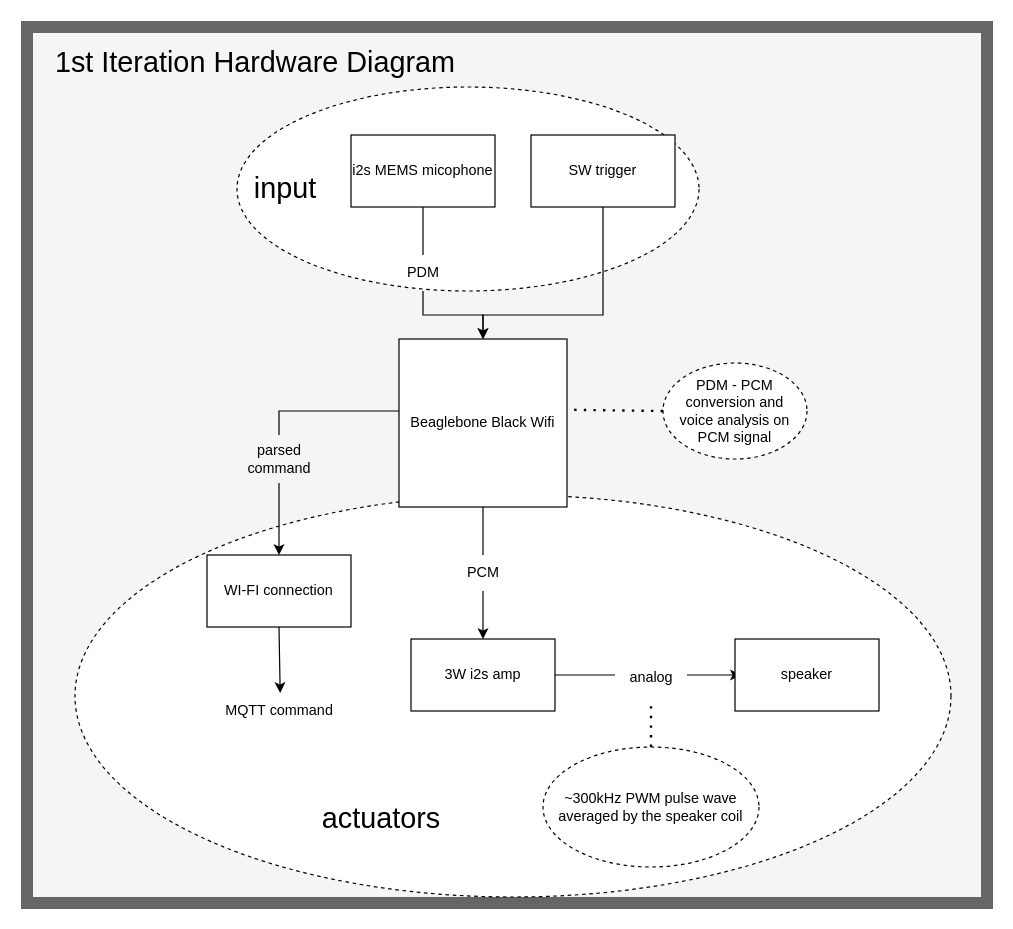
IoT-project-groups-1-2/g2-voice-controller keeps this draw.io diagram as hardware_diagram.drawio. Above is the earlier version. Source tidied: cells renumbered, new cells numbered last; positions are measured from the earlier drawing's top-left corner, leaving out a move shared by most shapes. Both pictures are drawn from the tidied source at 120%, with x=0, y=0 at pixel (26, 26).
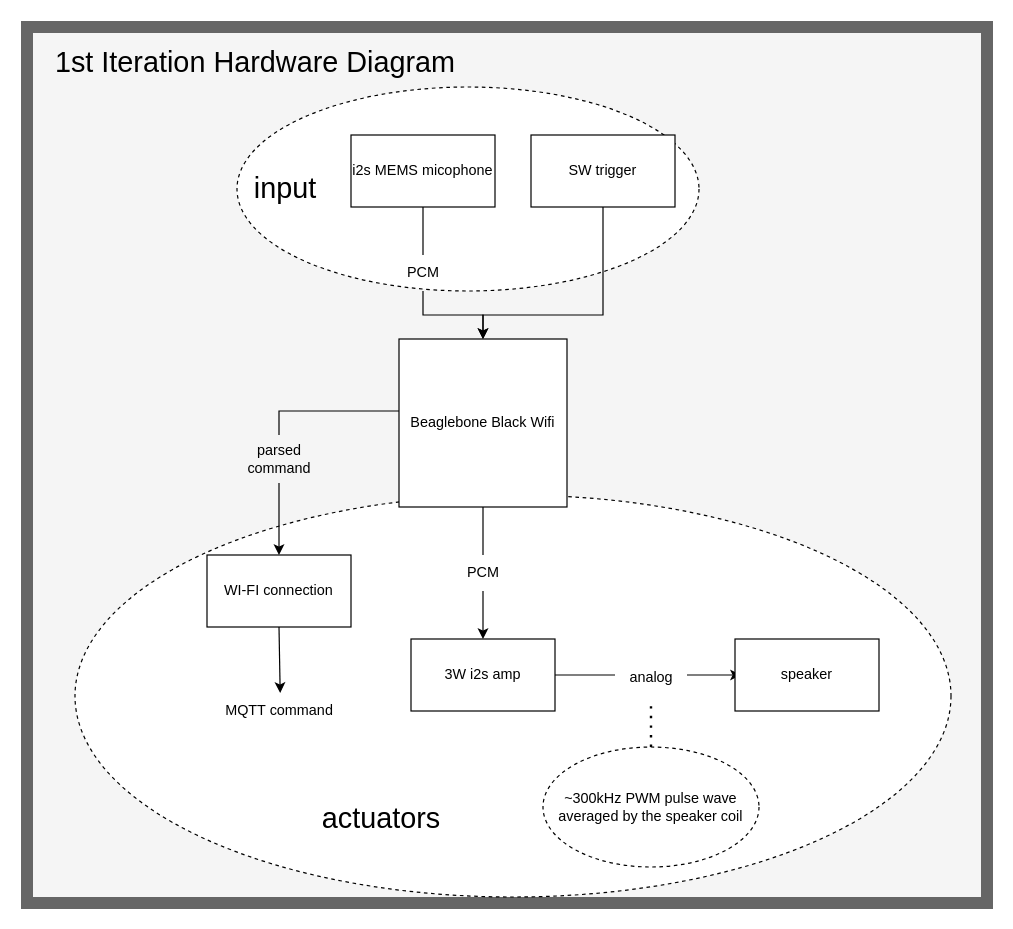
After the change.

Commit message:
i2s carries PCM not PDM

The change refers to these unchanged cells:
```xml
<mxCell id="9" value="Beaglebone Black Wifi" style="whiteSpace=wrap;html=1;" parent="1" vertex="1">
  <mxGeometry x="310" y="260" width="140" height="140" as="geometry" />
</mxCell>
```

Change to the diagram source:
```diff
@@
-    <mxCell id="12" value="&lt;div&gt;PDM - PCM conversion and&lt;br&gt;&lt;/div&gt;&lt;div&gt;voice analysis on PCM signal&lt;br&gt;&lt;/div&gt;" style="ellipse;whiteSpace=wrap;html=1;dashed=1;" parent="1" vertex="1">
-      <mxGeometry x="530" y="280" width="120" height="80" as="geometry" />
-    </mxCell>
-    <mxCell id="13" style="endArrow=none;dashed=1;html=1;dashPattern=1 3;strokeWidth=2;rounded=0;exitX=0;exitY=0.5;exitDx=0;exitDy=0;entryX=1;entryY=0.421;entryDx=0;entryDy=0;entryPerimeter=0;" parent="1" edge="1" source="12" target="9">
-      <mxGeometry relative="1" as="geometry" />
-    </mxCell>
@@
-    <mxCell id="16" value="PDM" style="text;html=1;align=center;verticalAlign=middle;points=[];strokeColor=none;fillColor=none;" parent="1" vertex="1">
+    <mxCell id="16" value="PCM" style="text;html=1;align=center;verticalAlign=middle;points=[];strokeColor=none;fillColor=none;" parent="1" vertex="1">
       <mxGeometry x="305" y="190" width="50" height="30" as="geometry" />
     </mxCell>
```
